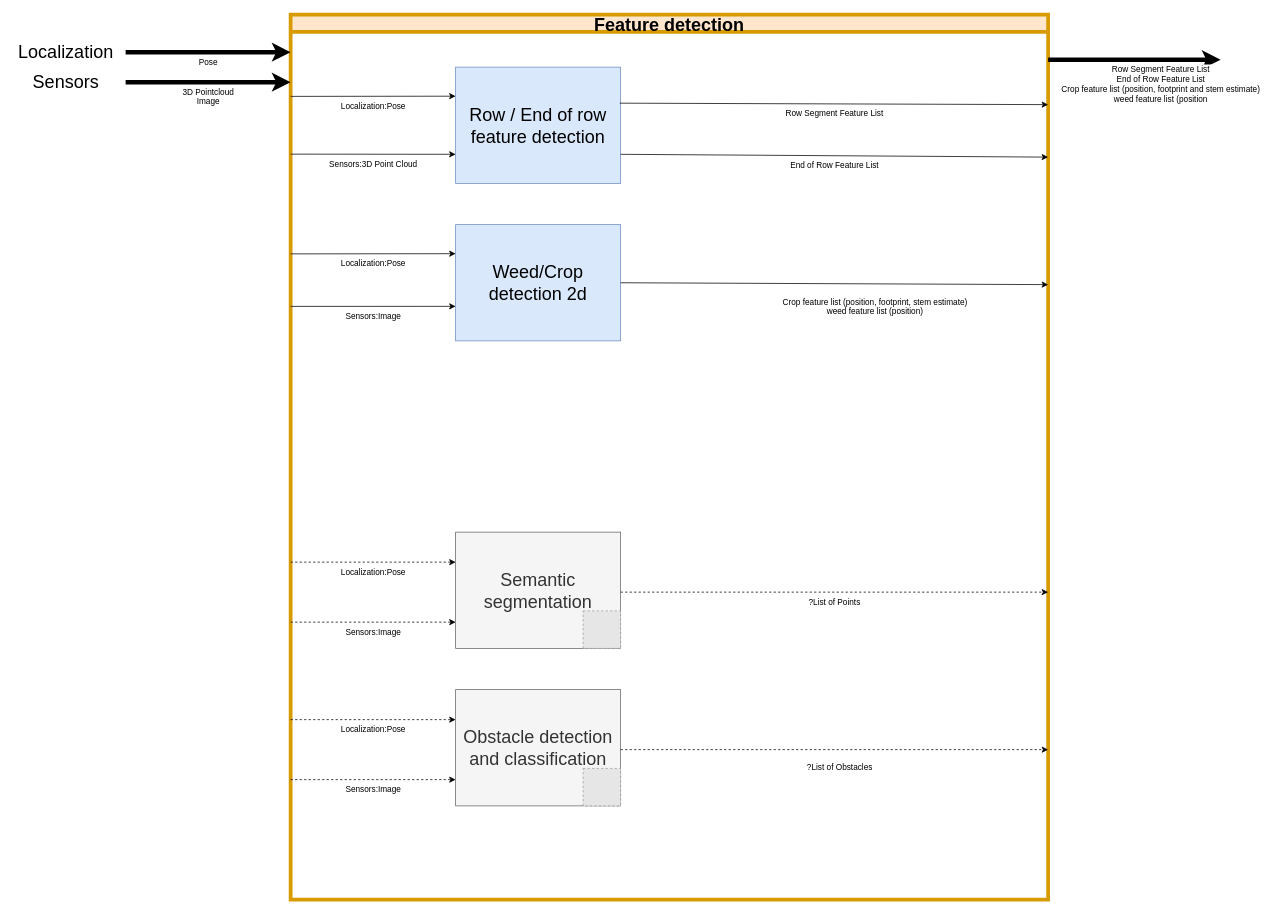
ipa-dmo/ipa_outdoor_docu keeps this draw.io diagram as page "#3 Feature detection" (11 of 19) of OutdoorNavigationStructure.drawio. Above is the earlier version. Source tidied: cells renumbered, new cells numbered last; positions are measured from the earlier drawing's top-left corner, leaving out a move shared by most shapes. Both pictures are drawn from the tidied source at 75%, with x=0, y=0 at pixel (13, 14). Pictures stored in the file or linked from it are replaced by grey dashed boxes.
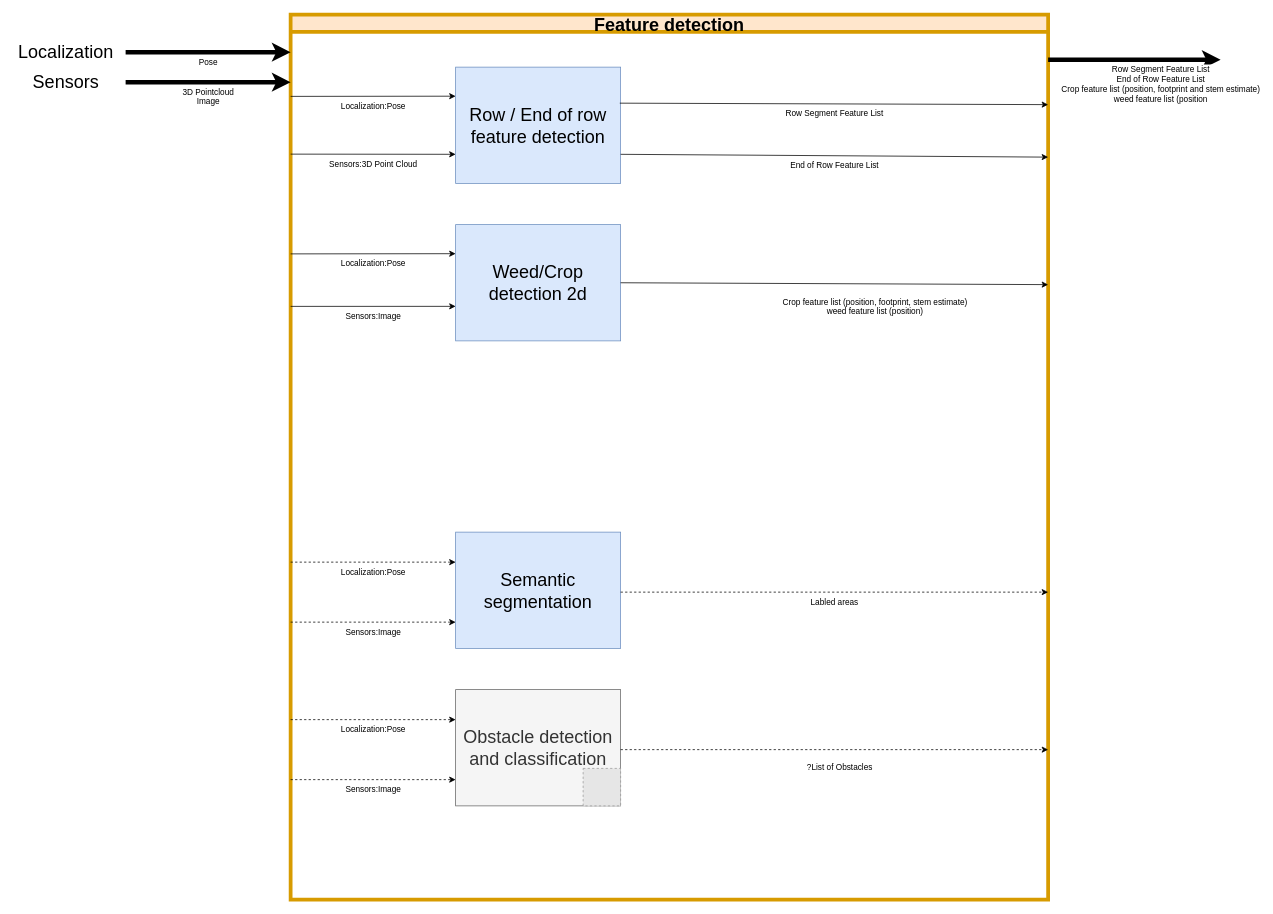
The same diagram, later.

The change refers to these unchanged cells:
```xml
<mxCell id="2" value="Feature detection" style="swimlane;fillColor=#ffe6cc;strokeColor=#d79b00;fontSize=24;strokeWidth=5;" parent="1" vertex="1">
  <mxGeometry x="370" width="1010" height="1180" as="geometry" />
</mxCell>
```

The edit, as a diff of the source:
```diff
@@
-    <mxCell id="11" value="&lt;font style=&quot;font-size: 24px&quot;&gt;Semantic segmentation&lt;br&gt;&lt;/font&gt;" style="whiteSpace=wrap;html=1;fillColor=#f5f5f5;strokeColor=#666666;fontColor=#333333;" parent="2" vertex="1">
+    <mxCell id="11" value="&lt;font style=&quot;font-size: 24px&quot;&gt;Semantic segmentation&lt;br&gt;&lt;/font&gt;" style="whiteSpace=wrap;html=1;fillColor=#dae8fc;strokeColor=#6c8ebf;" parent="2" vertex="1">
       <mxGeometry x="220" y="690" width="220" height="155" as="geometry" />
     </mxCell>
@@
-    <mxCell id="21" value="?List of Points" style="endArrow=classic;html=1;verticalAlign=top;dashed=1;" parent="1" edge="1">
+    <mxCell id="21" value="Labled areas" style="endArrow=classic;html=1;verticalAlign=top;dashed=1;" parent="1" edge="1">
       <mxGeometry relative="1" as="geometry">
         <mxPoint x="810" y="770" as="sourcePoint" />
         <mxPoint x="1380" y="770" as="targetPoint" />
       </mxGeometry>
     </mxCell>
@@
-    <mxCell id="25" style="fillColor=#E6E6E6;strokeColor=#999999;dashed=1;html=1;verticalAlign=top;verticalLabelPosition=bottom;labelBackgroundColor=#ffffff;fontColor=#FF0000;" parent="1" vertex="1">
-      <mxGeometry x="760" y="795" width="50" height="50" as="geometry" />
-    </mxCell>
```
